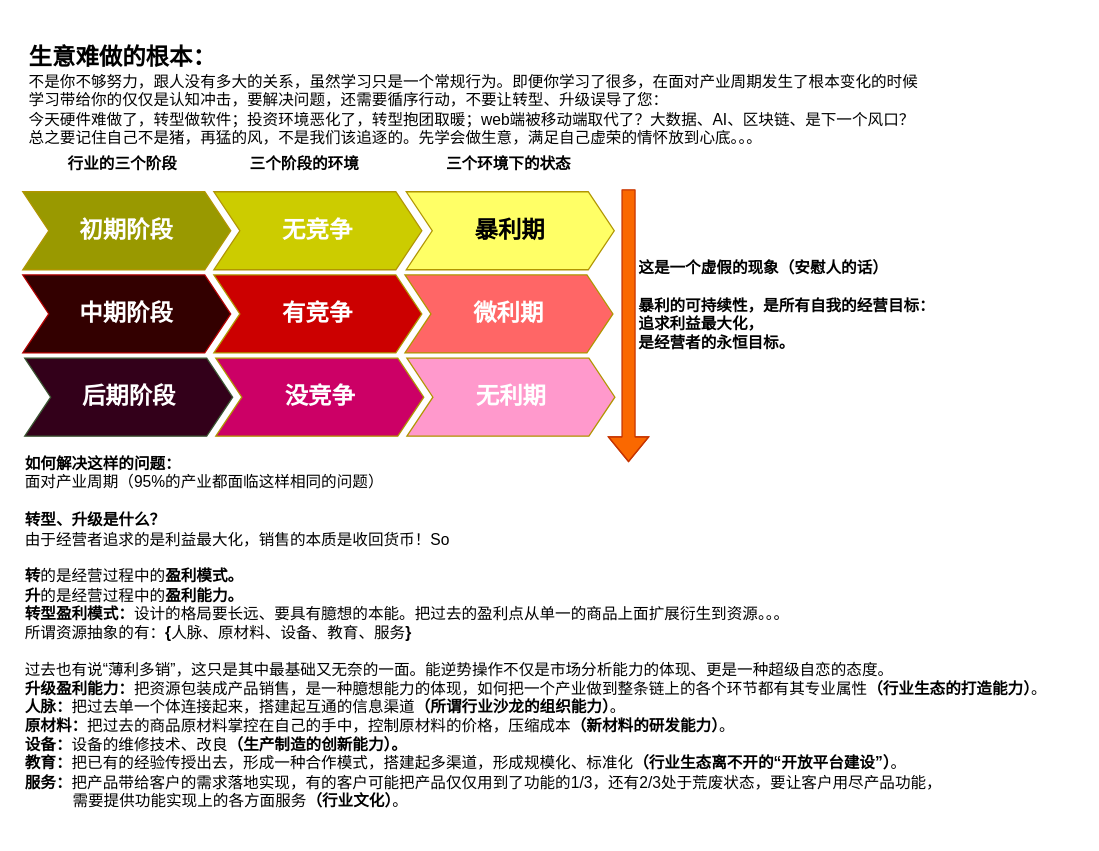
The draw.io diagram 生意难做之根本.drawio in UTOUUCENTER-CD/draw.io, before the edit. Source tidied: cells renumbered, new cells numbered last; positions are measured from the earlier drawing's top-left corner, leaving out a move shared by most shapes. Both pictures are drawn from the tidied source at 130%, with x=0, y=0 at pixel (22, 22).
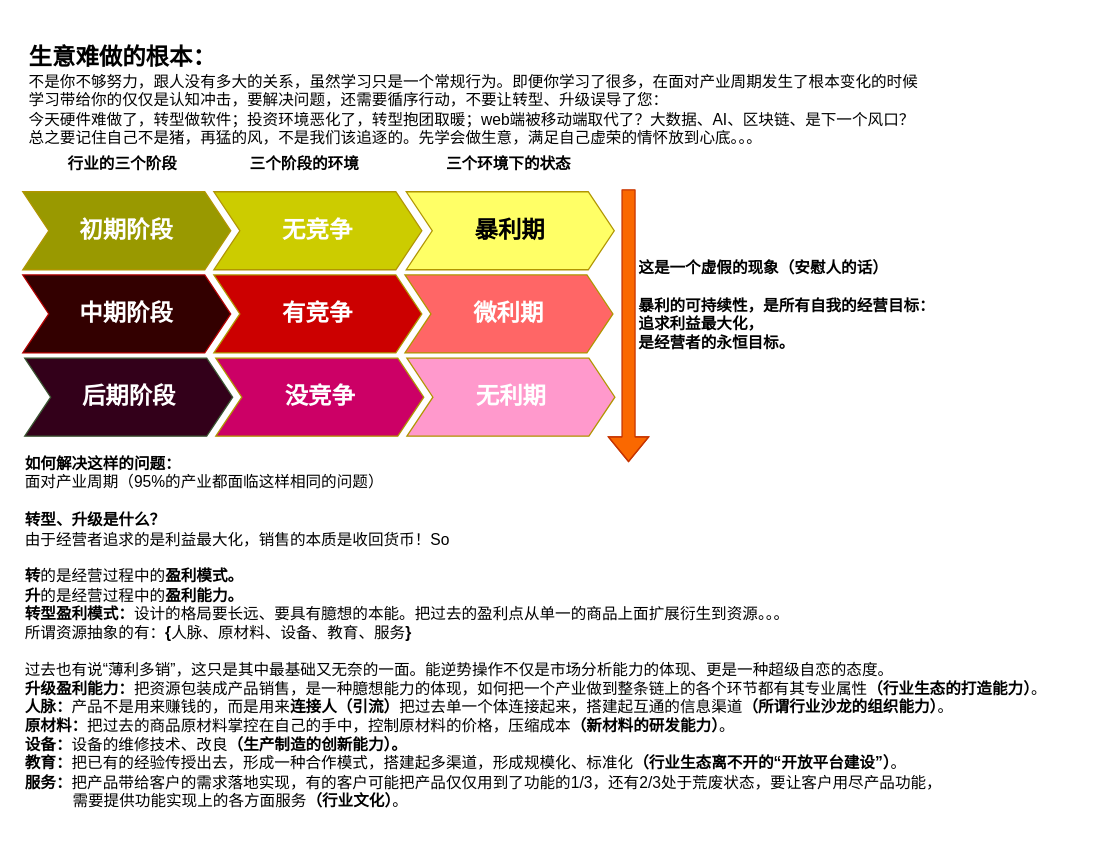
The same page after the edit.

Commit message:
Update 生意难做之根本.drawio

What changed in the source:
```diff
@@
-    <mxCell id="18" value="&lt;b&gt;如何解决这样的问题：&lt;/b&gt;&lt;br&gt;面对产业周期（95%的产业都面临这样相同的问题）&lt;br&gt;&lt;br&gt;&lt;b&gt;转型、升级是什么？&lt;/b&gt;&lt;br&gt;由于经营者追求的是利益最大化，销售的本质是收回货币！So&lt;br&gt;&lt;br&gt;&lt;b&gt;转&lt;/b&gt;的是经营过程中的&lt;b&gt;盈利模式。&lt;/b&gt;&lt;br&gt;&lt;b&gt;升&lt;/b&gt;的是经营过程中的&lt;b&gt;盈利能力。&lt;/b&gt;&lt;br&gt;&lt;b&gt;转型盈利模式：&lt;/b&gt;设计的格局要长远、要具有臆想的本能。把过去的盈利点从单一的商品上面扩展衍生到资源。。。&lt;br&gt;所谓资源抽象的有：&lt;b&gt;{&lt;/b&gt;人脉、原材料、设备、教育、服务&lt;b&gt;}&lt;/b&gt;&lt;br&gt;&lt;br&gt;过去也有说“薄利多销”，这只是其中最基础又无奈的一面。能逆势操作不仅是市场分析能力的体现、更是一种超级自恋的态度。&lt;b&gt;&lt;br&gt;升级盈利能力：&lt;/b&gt;把资源包装成产品销售，是一种臆想能力的体现，如何把一个产业做到整条链上的各个环节都有其专业属性&lt;b&gt;（行业生态的打造能力）&lt;/b&gt;。&lt;br&gt;&lt;b&gt;人脉：&lt;/b&gt;把过去单一个体连接起来，搭建起互通的信息渠道&lt;b&gt;（所谓行业沙龙的组织能力）&lt;/b&gt;。&lt;br&gt;&lt;b&gt;原材料：&lt;/b&gt;把过去的商品原材料掌控在自己的手中，控制原材料的价格，压缩成本&lt;b&gt;（新材料的研发能力）&lt;/b&gt;。&lt;br&gt;&lt;b&gt;设备：&lt;/b&gt;设备的维修技术、改良&lt;b&gt;（生产制造的创新能力）。&lt;/b&gt;&lt;br&gt;&lt;b&gt;教育：&lt;/b&gt;把已有的经验传授出去，形成一种合作模式，搭建起多渠道，形成规模化、标准化&lt;b&gt;（行业生态离不开的“&lt;/b&gt;&lt;b&gt;开放平台建设&lt;/b&gt;&lt;b&gt;”）&lt;/b&gt;。&amp;nbsp; &amp;nbsp;&amp;nbsp;&lt;br&gt;&lt;b&gt;服务：&lt;/b&gt;把产品带给客户的需求落地实现，有的客户可能把产品仅仅用到了功能的1/3，还有2/3处于荒废状态，要让客户用尽产品功能，&lt;br&gt;&amp;nbsp; &amp;nbsp; &amp;nbsp; &amp;nbsp; &amp;nbsp; &amp;nbsp;需要提供功能实现上的各方面服务&lt;b&gt;（行业文化）&lt;/b&gt;。&lt;br&gt;&lt;br&gt;" style="text;html=1;align=left;verticalAlign=top;spacingTop=-4;" parent="1" vertex="1">
+    <mxCell id="18" value="&lt;b&gt;如何解决这样的问题：&lt;/b&gt;&lt;br&gt;面对产业周期（95%的产业都面临这样相同的问题）&lt;br&gt;&lt;br&gt;&lt;b&gt;转型、升级是什么？&lt;/b&gt;&lt;br&gt;由于经营者追求的是利益最大化，销售的本质是收回货币！So&lt;br&gt;&lt;br&gt;&lt;b&gt;转&lt;/b&gt;的是经营过程中的&lt;b&gt;盈利模式。&lt;/b&gt;&lt;br&gt;&lt;b&gt;升&lt;/b&gt;的是经营过程中的&lt;b&gt;盈利能力。&lt;/b&gt;&lt;br&gt;&lt;b&gt;转型盈利模式：&lt;/b&gt;设计的格局要长远、要具有臆想的本能。把过去的盈利点从单一的商品上面扩展衍生到资源。。。&lt;br&gt;所谓资源抽象的有：&lt;b&gt;{&lt;/b&gt;人脉、原材料、设备、教育、服务&lt;b&gt;}&lt;/b&gt;&lt;br&gt;&lt;br&gt;过去也有说“薄利多销”，这只是其中最基础又无奈的一面。能逆势操作不仅是市场分析能力的体现、更是一种超级自恋的态度。&lt;b&gt;&lt;br&gt;升级盈利能力：&lt;/b&gt;把资源包装成产品销售，是一种臆想能力的体现，如何把一个产业做到整条链上的各个环节都有其专业属性&lt;b&gt;（行业生态的打造能力）&lt;/b&gt;。&lt;br&gt;&lt;b&gt;人脉：&lt;/b&gt;产品不是用来赚钱的，而是用来&lt;b&gt;连接人（引流）&lt;/b&gt;把过去单一个体连接起来，搭建起互通的信息渠道&lt;b&gt;（所谓行业沙龙的组织能力）&lt;/b&gt;。&lt;br&gt;&lt;b&gt;原材料：&lt;/b&gt;把过去的商品原材料掌控在自己的手中，控制原材料的价格，压缩成本&lt;b&gt;（新材料的研发能力）&lt;/b&gt;。&lt;br&gt;&lt;b&gt;设备：&lt;/b&gt;设备的维修技术、改良&lt;b&gt;（生产制造的创新能力）。&lt;/b&gt;&lt;br&gt;&lt;b&gt;教育：&lt;/b&gt;把已有的经验传授出去，形成一种合作模式，搭建起多渠道，形成规模化、标准化&lt;b&gt;（行业生态离不开的“&lt;/b&gt;&lt;b&gt;开放平台建设&lt;/b&gt;&lt;b&gt;”）&lt;/b&gt;。&amp;nbsp; &amp;nbsp;&amp;nbsp;&lt;br&gt;&lt;b&gt;服务：&lt;/b&gt;把产品带给客户的需求落地实现，有的客户可能把产品仅仅用到了功能的1/3，还有2/3处于荒废状态，要让客户用尽产品功能，&lt;br&gt;&amp;nbsp; &amp;nbsp; &amp;nbsp; &amp;nbsp; &amp;nbsp; &amp;nbsp;需要提供功能实现上的各方面服务&lt;b&gt;（行业文化）&lt;/b&gt;。&lt;br&gt;&lt;br&gt;" style="text;html=1;align=left;verticalAlign=top;spacingTop=-4;" parent="1" vertex="1">
       <mxGeometry y="330" width="810" height="280" as="geometry" />
     </mxCell>
```
